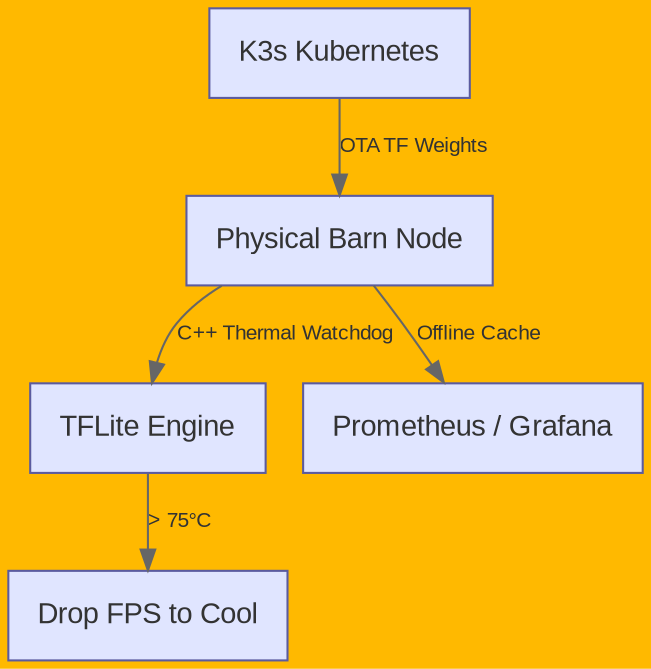
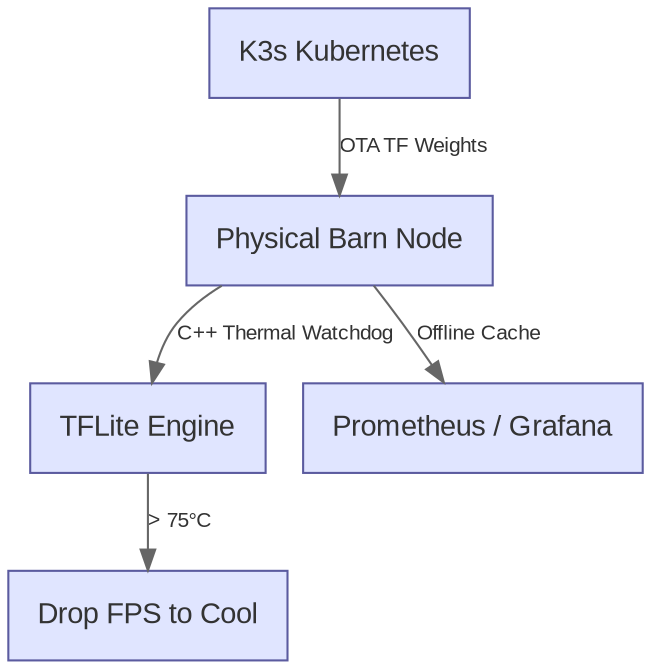
digraph MLOps {
    rankdir=TD;
    node [shape=box, style=filled, color="#5B5B9F", fillcolor="#e0e5ff", fontcolor="#333333", fontname="Arial", margin=0.2];
    edge [color="#666666", fontcolor="#333333", fontname="Arial", fontsize=10];
-     bgcolor="#ffb900";
+     bgcolor="white";

    K3S [label="K3s Kubernetes"];
    BARN [label="Physical Barn Node"];
    TFL [label="TFLite Engine"];
    THROTTLE [label="Drop FPS to Cool"];
    PROM [label="Prometheus / Grafana"];

    K3S -> BARN [label="OTA TF Weights"];
    BARN -> TFL [label="C++ Thermal Watchdog"];
    TFL -> THROTTLE [label="> 75°C"];
    BARN -> PROM [label="Offline Cache"];
}
